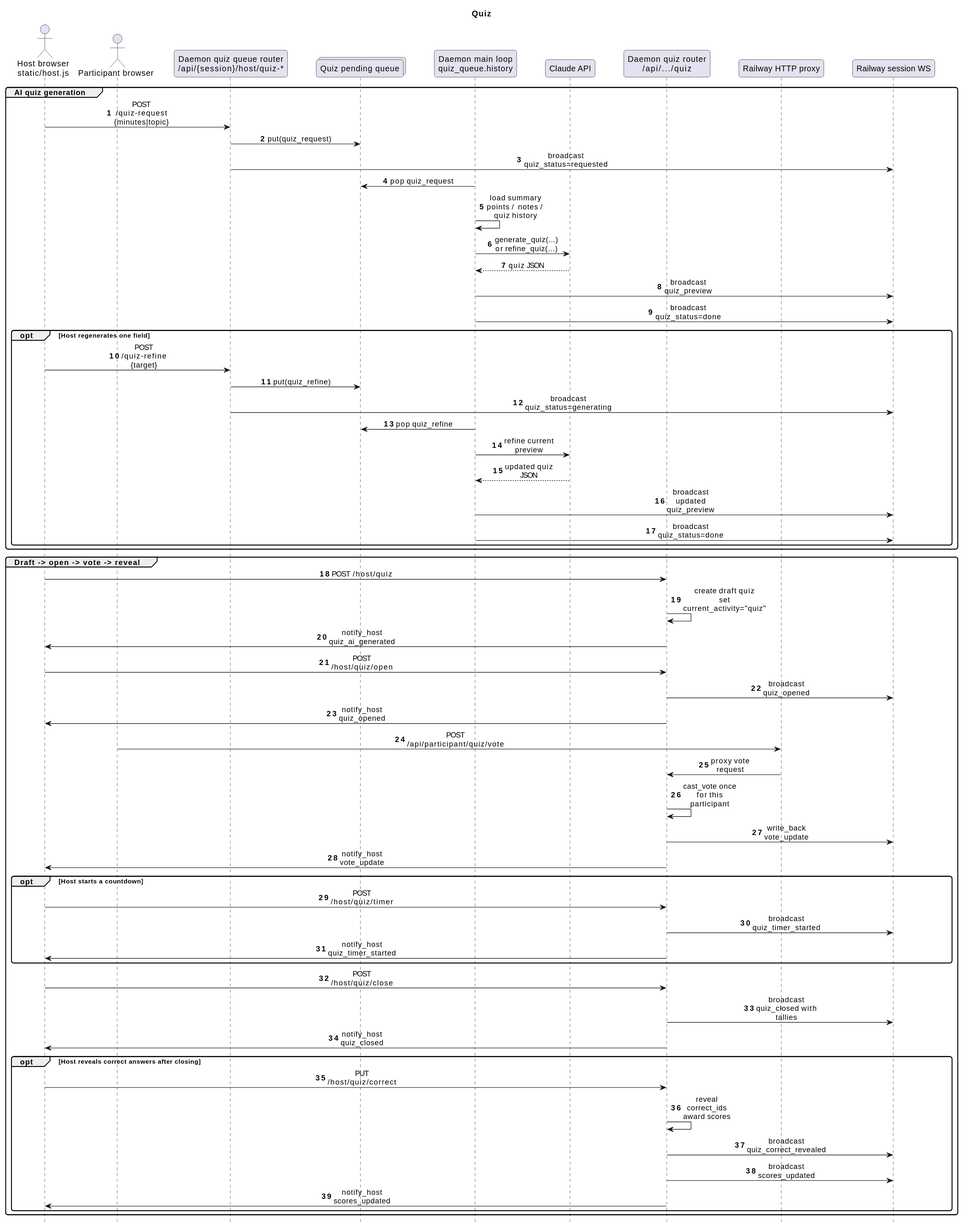
This is projects/training-assistant/docs/sequences/manual/svg/03-quiz.svg from victorrentea/ai-central, a PlantUML export, as it was before one commit.
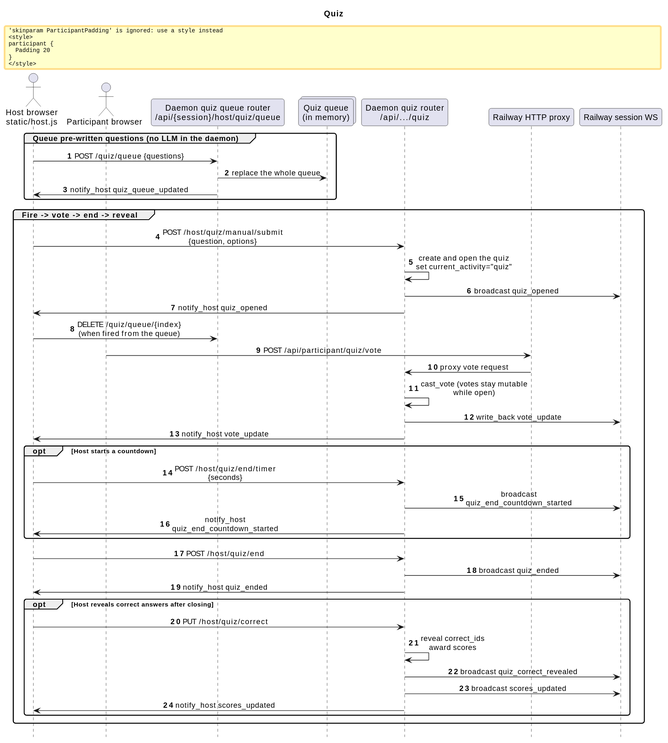
Later version of the same file.

Diff of the diagram source:
```diff
@@ -13,62 +13,40 @@
 
 actor "Host browser\nstatic/host.js" as Host
 actor "Participant browser" as Participant
-participant "Daemon quiz queue router\n/api/{session}/host/quiz-*" as QuizQueueAPI
-collections "Quiz pending queue" as QuizPending
-participant "Daemon main loop\nquiz_queue.history" as Loop
-participant "Claude API" as Claude
+participant "Daemon quiz queue router\n/api/{session}/host/quiz/queue" as QuizQueueAPI
+collections "Quiz queue\n(in memory)" as QuizQueue
 participant "Daemon quiz router\n/api/.../quiz" as QuizAPI
 participant "Railway HTTP proxy" as RailwayHTTP
 participant "Railway session WS" as RailwayWS
 
-group AI quiz generation
-Host -> QuizQueueAPI: POST /quiz-request {minutes|topic}
-QuizQueueAPI -> QuizPending: put(quiz_request)
-QuizQueueAPI -> RailwayWS: broadcast quiz_status=requested
-
-Loop -> QuizPending: pop quiz_request
-Loop -> Loop: load summary points / notes / quiz history
-Loop -> Claude: generate_quiz(...) or refine_quiz(...)
-Claude --> Loop: quiz JSON
-Loop -> RailwayWS: broadcast quiz_preview
-Loop -> RailwayWS: broadcast quiz_status=done
-
-opt Host regenerates one field
-  Host -> QuizQueueAPI: POST /quiz-refine {target}
-  QuizQueueAPI -> QuizPending: put(quiz_refine)
-  QuizQueueAPI -> RailwayWS: broadcast quiz_status=generating
-  Loop -> QuizPending: pop quiz_refine
-  Loop -> Claude: refine current preview
-  Claude --> Loop: updated quiz JSON
-  Loop -> RailwayWS: broadcast updated quiz_preview
-  Loop -> RailwayWS: broadcast quiz_status=done
-end
+group Queue pre-written questions (no LLM in the daemon)
+Host -> QuizQueueAPI: POST /quiz/queue {questions}
+QuizQueueAPI -> QuizQueue: replace the whole queue
+QuizQueueAPI -> Host: notify_host quiz_queue_updated
 end
 
-group Draft -> open -> vote -> reveal
-Host -> QuizAPI: POST /host/quiz
-QuizAPI -> QuizAPI: create draft quiz\nset current_activity="quiz"
-QuizAPI -> Host: notify_host quiz_ai_generated
-
-Host -> QuizAPI: POST /host/quiz/open
+group Fire -> vote -> end -> reveal
+Host -> QuizAPI: POST /host/quiz/manual/submit {question, options}
+QuizAPI -> QuizAPI: create and open the quiz\nset current_activity="quiz"
 QuizAPI -> RailwayWS: broadcast quiz_opened
 QuizAPI -> Host: notify_host quiz_opened
+Host -> QuizQueueAPI: DELETE /quiz/queue/{index}\n(when fired from the queue)
 
 Participant -> RailwayHTTP: POST /api/participant/quiz/vote
 RailwayHTTP -> QuizAPI: proxy vote request
-QuizAPI -> QuizAPI: cast_vote once for this participant
+QuizAPI -> QuizAPI: cast_vote (votes stay mutable while open)
 QuizAPI -> RailwayWS: write_back vote_update
 QuizAPI -> Host: notify_host vote_update
 
 opt Host starts a countdown
-  Host -> QuizAPI: POST /host/quiz/timer
-  QuizAPI -> RailwayWS: broadcast quiz_timer_started
-  QuizAPI -> Host: notify_host quiz_timer_started
+  Host -> QuizAPI: POST /host/quiz/end/timer {seconds}
+  QuizAPI -> RailwayWS: broadcast quiz_end_countdown_started
+  QuizAPI -> Host: notify_host quiz_end_countdown_started
 end
 
-Host -> QuizAPI: POST /host/quiz/close
-QuizAPI -> RailwayWS: broadcast quiz_closed with tallies
-QuizAPI -> Host: notify_host quiz_closed
+Host -> QuizAPI: POST /host/quiz/end
+QuizAPI -> RailwayWS: broadcast quiz_ended
+QuizAPI -> Host: notify_host quiz_ended
 
 opt Host reveals correct answers after closing
   Host -> QuizAPI: PUT /host/quiz/correct
```
